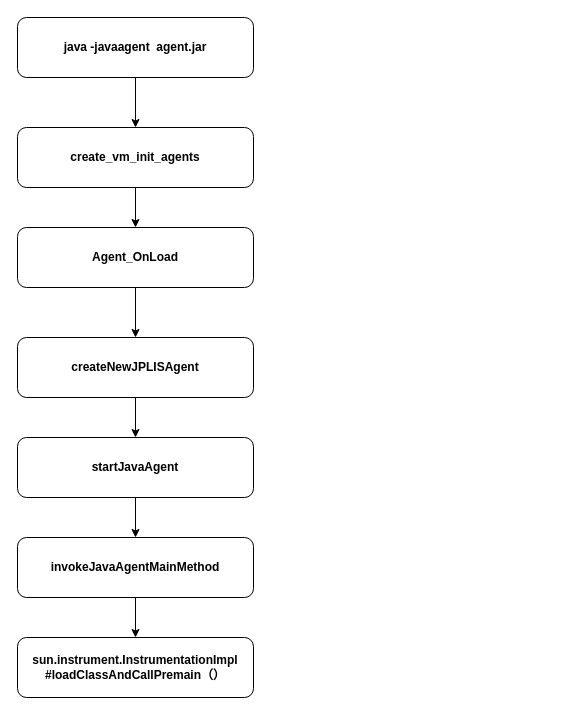
Earlier version of the draw.io diagram java agent初始化过程.drawio (ChrisFynnWang/algorithm). Source tidied: cells renumbered, new cells numbered last; positions are measured from the earlier drawing's top-left corner, leaving out a move shared by most shapes. Both pictures are drawn from the tidied source at 100%, with x=0, y=0 at pixel (17, 17).
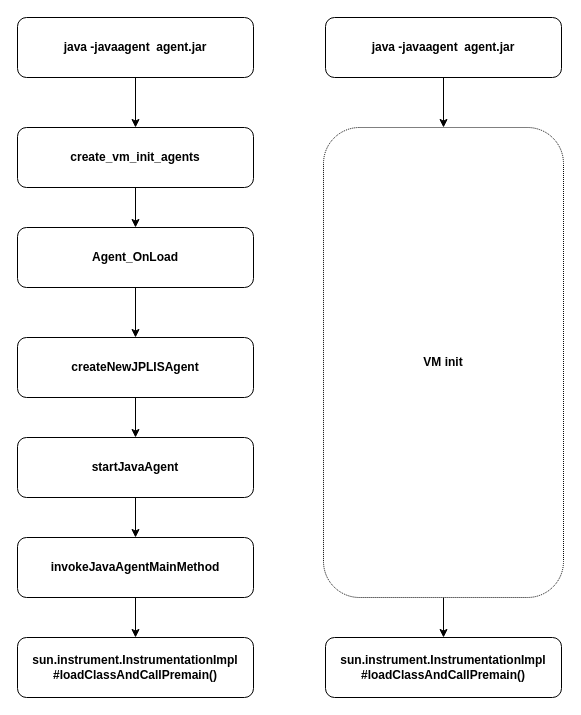
Above is the later version.

Commit message:
更新java agent初始化过程.drawio

Diff of the diagram source:
```diff
@@
 <mxGraphModel>
   <root>
     <mxCell id="0" />
     <mxCell id="1" parent="0" />
     <mxCell id="2" style="edgeStyle=orthogonalEdgeStyle;rounded=0;jettySize=auto;html=1;exitX=0.5;exitY=1;exitDx=0;exitDy=0;entryX=0.5;entryY=0;entryDx=0;entryDy=0;" parent="1" edge="1" source="3" target="5">
       <mxGeometry relative="1" as="geometry" />
     </mxCell>
     <mxCell id="3" value="java -javaagent&amp;nbsp; agent.jar" style="rounded=1;whiteSpace=wrap;html=1;fontStyle=1;" parent="1" vertex="1">
       <mxGeometry width="236" height="60" as="geometry" />
     </mxCell>
     <mxCell id="4" style="edgeStyle=orthogonalEdgeStyle;rounded=0;jettySize=auto;html=1;exitX=0.5;exitY=1;exitDx=0;exitDy=0;entryX=0.5;entryY=0;entryDx=0;entryDy=0;" parent="1" edge="1" source="5" target="7">
       <mxGeometry relative="1" as="geometry" />
     </mxCell>
     <mxCell id="5" value="create_vm_init_agents" style="rounded=1;whiteSpace=wrap;html=1;fontStyle=1;" parent="1" vertex="1">
       <mxGeometry y="110" width="236" height="60" as="geometry" />
     </mxCell>
     <mxCell id="6" style="edgeStyle=orthogonalEdgeStyle;rounded=0;jettySize=auto;html=1;exitX=0.5;exitY=1;exitDx=0;exitDy=0;" parent="1" edge="1" source="7" target="9">
       <mxGeometry relative="1" as="geometry" />
     </mxCell>
     <mxCell id="7" value="Agent_OnLoad" style="rounded=1;whiteSpace=wrap;html=1;fontStyle=1;" parent="1" vertex="1">
       <mxGeometry y="210" width="236" height="60" as="geometry" />
     </mxCell>
     <mxCell id="8" style="edgeStyle=orthogonalEdgeStyle;rounded=0;jettySize=auto;html=1;exitX=0.5;exitY=1;exitDx=0;exitDy=0;" parent="1" edge="1" source="9" target="11">
       <mxGeometry relative="1" as="geometry" />
     </mxCell>
     <mxCell id="9" value="createNewJPLISAgent" style="rounded=1;whiteSpace=wrap;html=1;fontStyle=1;" parent="1" vertex="1">
       <mxGeometry y="320" width="236" height="60" as="geometry" />
     </mxCell>
     <mxCell id="10" style="edgeStyle=orthogonalEdgeStyle;rounded=0;jettySize=auto;html=1;exitX=0.5;exitY=1;exitDx=0;exitDy=0;entryX=0.5;entryY=0;entryDx=0;entryDy=0;" parent="1" edge="1" source="11" target="13">
       <mxGeometry relative="1" as="geometry" />
     </mxCell>
     <mxCell id="11" value="startJavaAgent" style="rounded=1;whiteSpace=wrap;html=1;fontStyle=1;" parent="1" vertex="1">
       <mxGeometry y="420" width="236" height="60" as="geometry" />
     </mxCell>
     <mxCell id="12" style="edgeStyle=orthogonalEdgeStyle;rounded=0;jettySize=auto;html=1;exitX=0.5;exitY=1;exitDx=0;exitDy=0;" parent="1" edge="1" source="13" target="14">
       <mxGeometry relative="1" as="geometry" />
     </mxCell>
     <mxCell id="13" value="invokeJavaAgentMainMethod" style="rounded=1;whiteSpace=wrap;html=1;fontStyle=1;" parent="1" vertex="1">
       <mxGeometry y="520" width="236" height="60" as="geometry" />
     </mxCell>
-    <mxCell id="14" value="sun.instrument.InstrumentationImpl&lt;br&gt;#loadClassAndCallPremain（）" style="rounded=1;whiteSpace=wrap;html=1;fontStyle=1;" parent="1" vertex="1">
+    <mxCell id="14" value="sun.instrument.InstrumentationImpl&lt;br&gt;#loadClassAndCallPremain()" style="rounded=1;whiteSpace=wrap;html=1;fontStyle=1;" parent="1" vertex="1">
       <mxGeometry y="620" width="236" height="60" as="geometry" />
     </mxCell>
+    <mxCell id="15" style="edgeStyle=orthogonalEdgeStyle;rounded=0;jettySize=auto;html=1;exitX=0.5;exitY=1;exitDx=0;exitDy=0;" parent="1" edge="1" source="16" target="18">
+      <mxGeometry relative="1" as="geometry" />
+    </mxCell>
+    <mxCell id="16" value="java -javaagent&amp;nbsp; agent.jar" style="rounded=1;whiteSpace=wrap;html=1;fontStyle=1;" parent="1" vertex="1">
+      <mxGeometry x="308" width="236" height="60" as="geometry" />
+    </mxCell>
+    <mxCell id="17" style="edgeStyle=orthogonalEdgeStyle;rounded=0;jettySize=auto;html=1;exitX=0.5;exitY=1;exitDx=0;exitDy=0;entryX=0.5;entryY=0;entryDx=0;entryDy=0;" parent="1" edge="1" source="18" target="19">
+      <mxGeometry relative="1" as="geometry" />
+    </mxCell>
+    <mxCell id="18" value="&lt;b&gt;VM init&lt;/b&gt;" style="rounded=1;whiteSpace=wrap;html=1;dashed=1;dashPattern=1 1;" parent="1" vertex="1">
+      <mxGeometry x="306" y="110" width="240" height="470" as="geometry" />
+    </mxCell>
+    <mxCell id="19" value="sun.instrument.InstrumentationImpl&lt;br&gt;#loadClassAndCallPremain()" style="rounded=1;whiteSpace=wrap;html=1;fontStyle=1;" parent="1" vertex="1">
+      <mxGeometry x="308" y="620" width="236" height="60" as="geometry" />
+    </mxCell>
   </root>
 </mxGraphModel>
```
